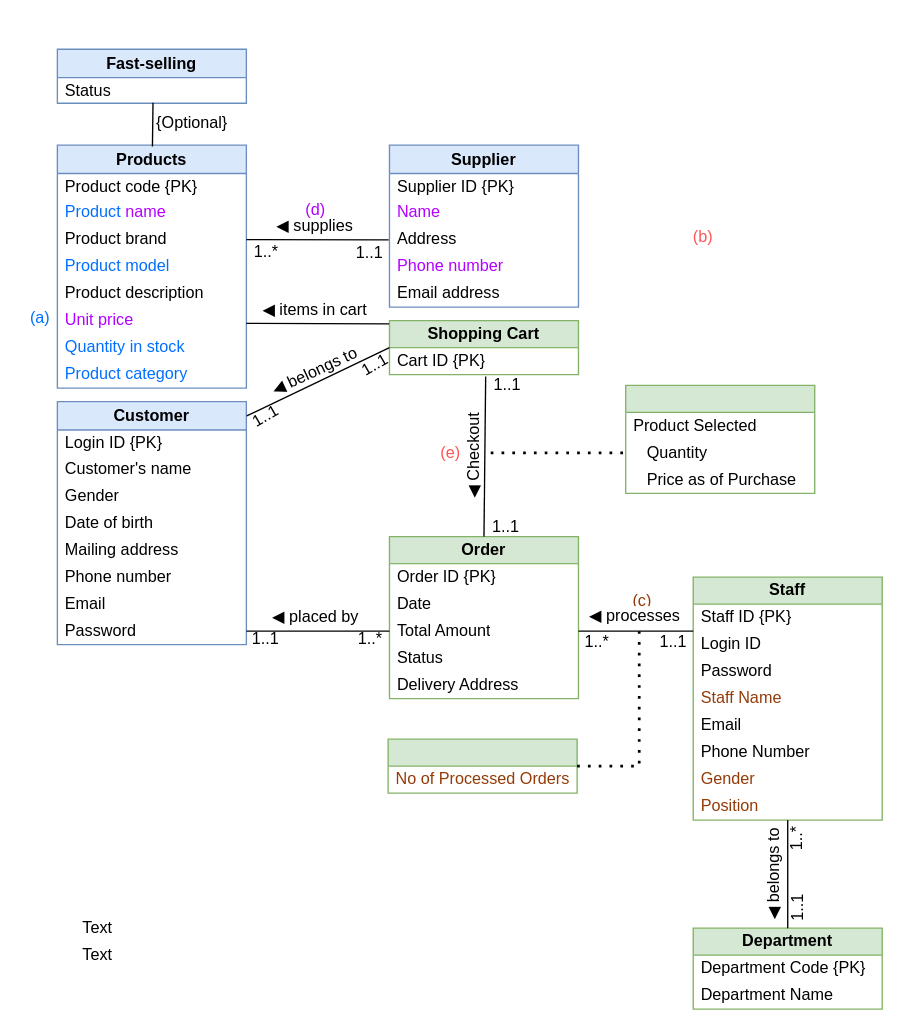
Earlier version of the draw.io diagram Assignment_1.drawio (shadowngks/DBMS). Source tidied: cells renumbered, new cells numbered last; positions are measured from the earlier drawing's top-left corner, leaving out a move shared by most shapes. Both pictures are drawn from the tidied source at 135%, with x=0, y=0 at pixel (23, 49).
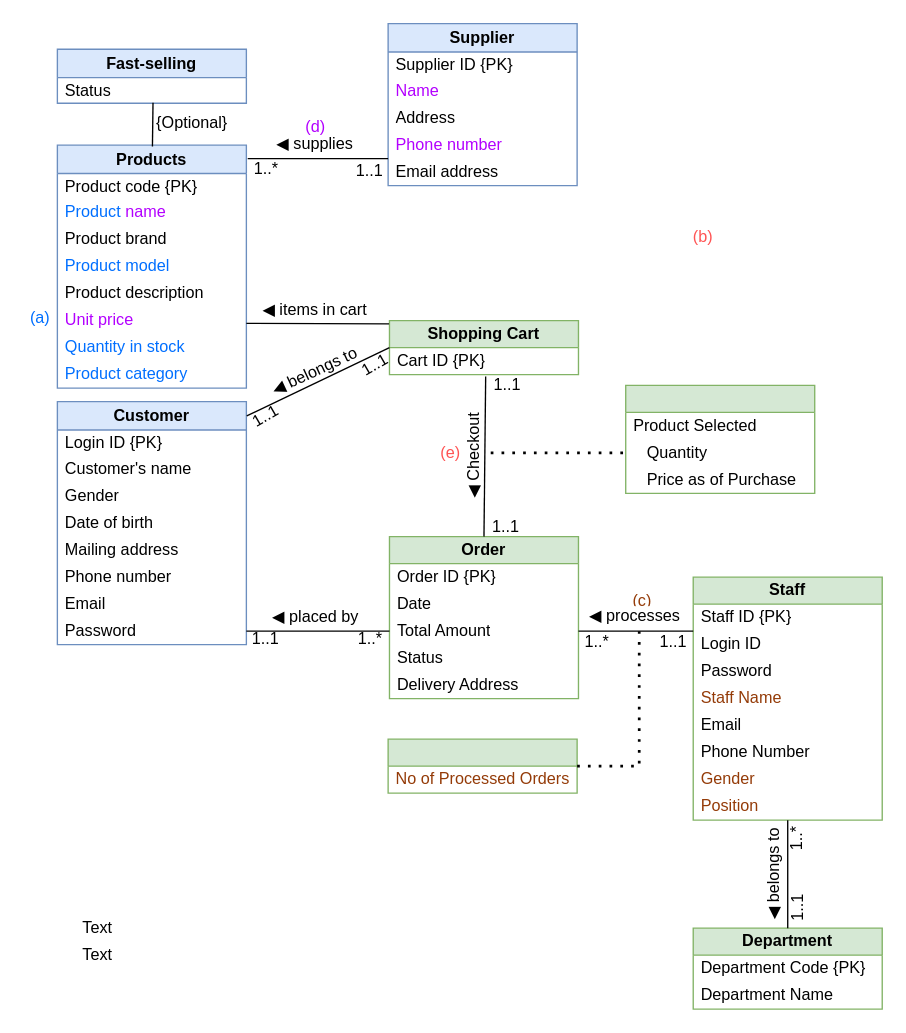
After the change.

Commit message:
Wind in my hair I was there I was there...

Unchanged cells that the change refers to:
```xml
<mxCell id="5" value="Product brand" style="text;strokeColor=none;fillColor=none;align=left;verticalAlign=middle;spacingLeft=4;spacingRight=4;overflow=hidden;points=[[0,0.5],[1,0.5]];portConstraint=eastwest;whiteSpace=wrap;html=1;" parent="2" vertex="1">
  <mxGeometry y="60" width="140" height="20" as="geometry" />
</mxCell>
<mxCell id="14" value="Address" style="text;strokeColor=none;fillColor=none;align=left;verticalAlign=middle;spacingLeft=4;spacingRight=4;overflow=hidden;points=[[0,0.5],[1,0.5]];portConstraint=eastwest;whiteSpace=wrap;html=1;" parent="11" vertex="1">
  <mxGeometry y="60" width="140" height="20" as="geometry" />
</mxCell>
<mxCell id="15" value="Phone number" style="text;html=1;align=left;verticalAlign=middle;whiteSpace=wrap;rounded=0;spacingLeft=4;fontColor=#B300FF;" parent="11" vertex="1">
  <mxGeometry y="80" width="140" height="20" as="geometry" />
</mxCell>
```

What changed in the source:
```diff
@@
     <mxCell id="11" value="Supplier" style="swimlane;fontStyle=1;horizontal=1;startSize=21;whiteSpace=wrap;html=1;fillColor=#dae8fc;strokeColor=#6c8ebf;" parent="1" vertex="1">
-      <mxGeometry x="271" y="71" width="140" height="120" as="geometry" />
+      <mxGeometry x="270" y="-19" width="140" height="120" as="geometry" />
     </mxCell>
@@
     <mxCell id="26" value="&lt;span style=&quot;font-family: sans-serif; font-size: 12.0191px; text-align: start; white-space: pre; background-color: rgb(255, 255, 255);&quot;&gt;◀ supplies&lt;/span&gt;" style="text;html=1;align=center;verticalAlign=middle;whiteSpace=wrap;rounded=0;" parent="1" vertex="1">
-      <mxGeometry x="186" y="116" width="60" height="30" as="geometry" />
+      <mxGeometry x="186" y="55" width="60" height="30" as="geometry" />
     </mxCell>
     <mxCell id="27" value="1..1" style="text;html=1;align=center;verticalAlign=middle;whiteSpace=wrap;rounded=0;" parent="1" vertex="1">
-      <mxGeometry x="242" y="146" width="29" height="10" as="geometry" />
+      <mxGeometry x="242" y="85" width="29" height="10" as="geometry" />
     </mxCell>
     <mxCell id="28" value="1..*" style="text;html=1;align=center;verticalAlign=middle;whiteSpace=wrap;rounded=0;" parent="1" vertex="1">
-      <mxGeometry x="165" y="146" width="30" height="7.5" as="geometry" />
+      <mxGeometry x="165" y="85" width="30" height="7.5" as="geometry" />
     </mxCell>
@@
-    <mxCell id="32" style="endArrow=none;html=1;rounded=0;exitX=1;exitY=0.5;exitDx=0;exitDy=0;entryX=-0.004;entryY=0.508;entryDx=0;entryDy=0;entryPerimeter=0;" parent="1" edge="1" source="5" target="14">
-      <mxGeometry relative="1" as="geometry" />
+    <mxCell id="32" style="endArrow=none;html=1;rounded=0;entryX=0;entryY=1;entryDx=0;entryDy=0;" parent="1" edge="1" target="15">
+      <mxGeometry relative="1" as="geometry">
+        <mxPoint x="166" y="81" as="sourcePoint" />
+      </mxGeometry>
     </mxCell>
@@
     <mxCell id="82" value="&lt;span style=&quot;font-family: sans-serif; font-size: 12.0191px; text-align: start; white-space: pre; background-color: rgb(255, 255, 255);&quot;&gt;(d)&lt;/span&gt;" style="text;html=1;align=center;verticalAlign=middle;whiteSpace=wrap;rounded=0;fontColor=#B300FF;" parent="1" vertex="1">
-      <mxGeometry x="203.5" y="111" width="25" height="15" as="geometry" />
+      <mxGeometry x="203.5" y="50" width="25" height="15" as="geometry" />
     </mxCell>
```
